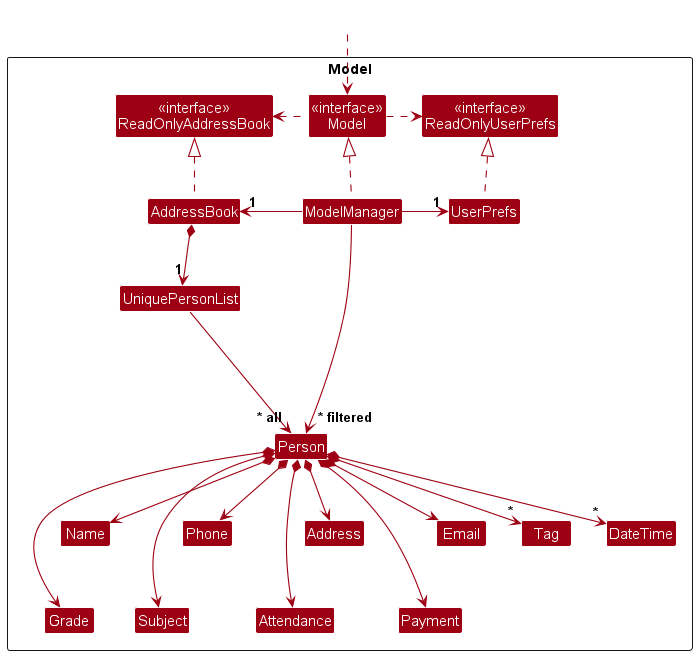
Earlier version of the PlantUML export docs/images/ModelClassDiagram.png (zoebelle-pang/tp).
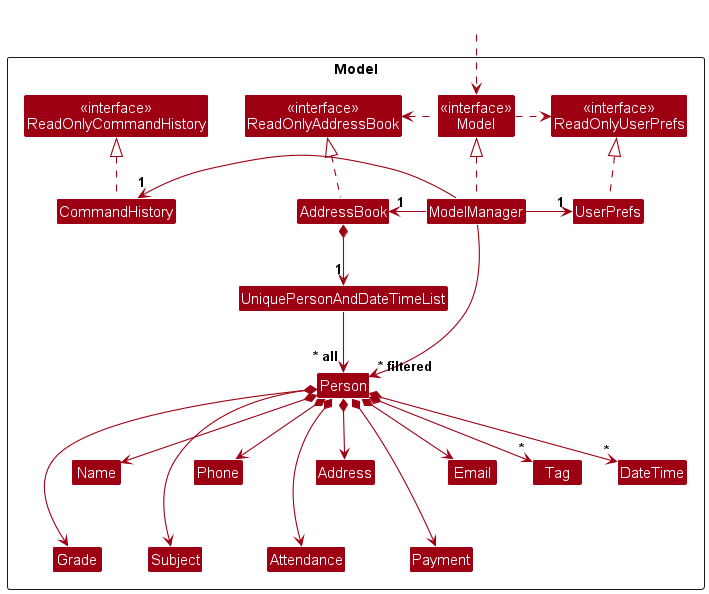
Later version of the same file.

Change to the diagram source:
```diff
@@ -8,11 +8,12 @@
 Class "<<interface>>\nReadOnlyAddressBook" as ReadOnlyAddressBook
 Class "<<interface>>\nReadOnlyUserPrefs" as ReadOnlyUserPrefs
 Class "<<interface>>\nModel" as Model
+Class "<<interface>>\nReadOnlyCommandHistory" as ReadOnlyCommandHistory
 Class AddressBook
 Class ModelManager
 Class UserPrefs
 
-Class UniquePersonList
+Class UniquePersonAndDateTimeList
 Class Person
 Class Address
 Class Email
@@ -21,9 +22,10 @@
 Class Tag
 Class Grade
 Class Subject
+Class DateTime
 Class Attendance
 Class Payment
-Class DateTime
+Class CommandHistory
 
 Class I #FFFFFF
 }
@@ -39,9 +41,11 @@
 ModelManager -left-> "1" AddressBook
 ModelManager -right-> "1" UserPrefs
 UserPrefs .up.|> ReadOnlyUserPrefs
+CommandHistory .up.|> ReadOnlyCommandHistory
+ModelManager -left-> "1" CommandHistory
 
-AddressBook *--> "1" UniquePersonList
-UniquePersonList --> "~* all" Person
+AddressBook *--> "1" UniquePersonAndDateTimeList
+UniquePersonAndDateTimeList --> "~* all" Person
 Person *--> Name
 Person *--> Phone
 Person *--> Email
@@ -49,16 +53,15 @@
 Person *--> "*" Tag
 Person *-> Grade
 Person *-> Subject
+Person *--> "*" DateTime
 Person *-> Attendance
 Person *-> Payment
-Person *--> "*" DateTime
 
 Person -[hidden]up--> I
 Name -[hidden]-> Grade
 Phone -[hidden]-> Subject
 Address -[hidden]-> Attendance
 Email -[hidden]-> Payment
-UniquePersonList -[hidden]right-> I
 
 Name -[hidden]right-> Phone
 Phone -[hidden]right-> Address
```
